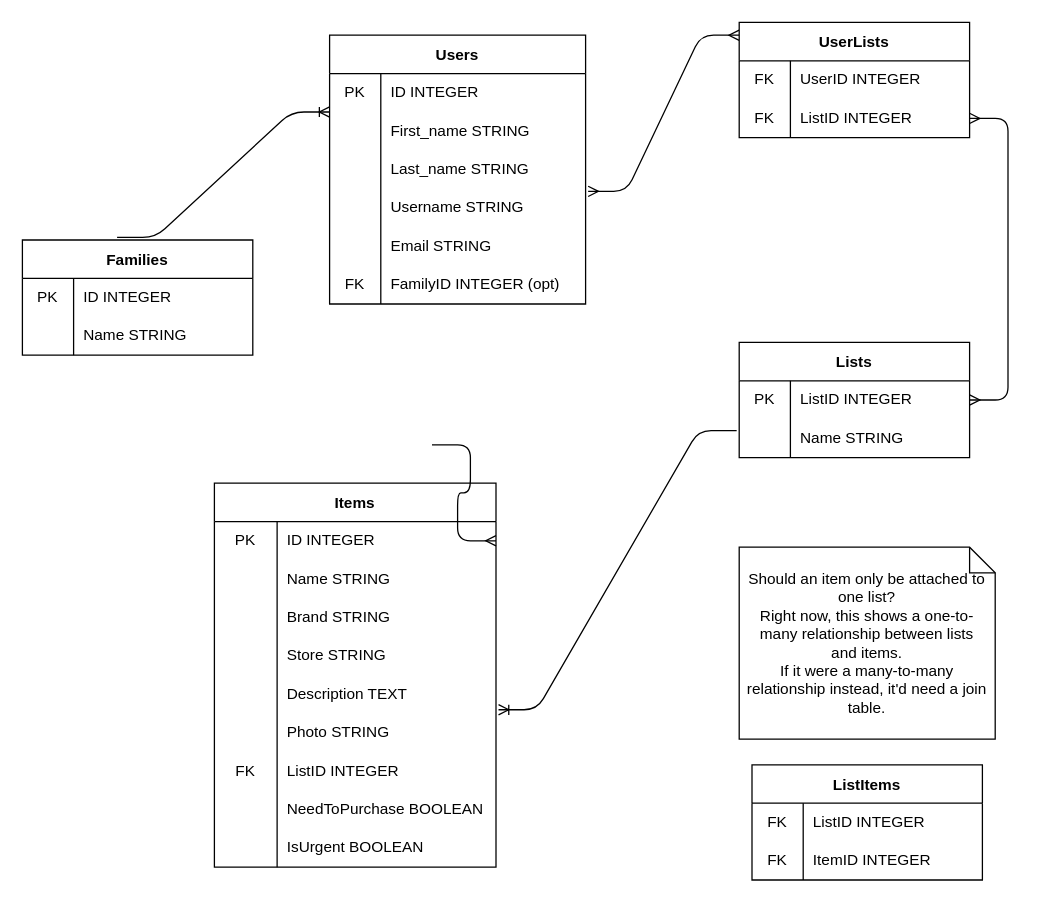
Above: Back-End/notes-for-personal-fullstack-project.drawio in lucilejones/fullstack-knowledge-base (draw.io), before the change. Source tidied: cells renumbered, new cells numbered last; positions are measured from the earlier drawing's top-left corner, leaving out a move shared by most shapes. Both pictures are drawn from the tidied source at 128%, with x=0, y=0 at pixel (22, 22).
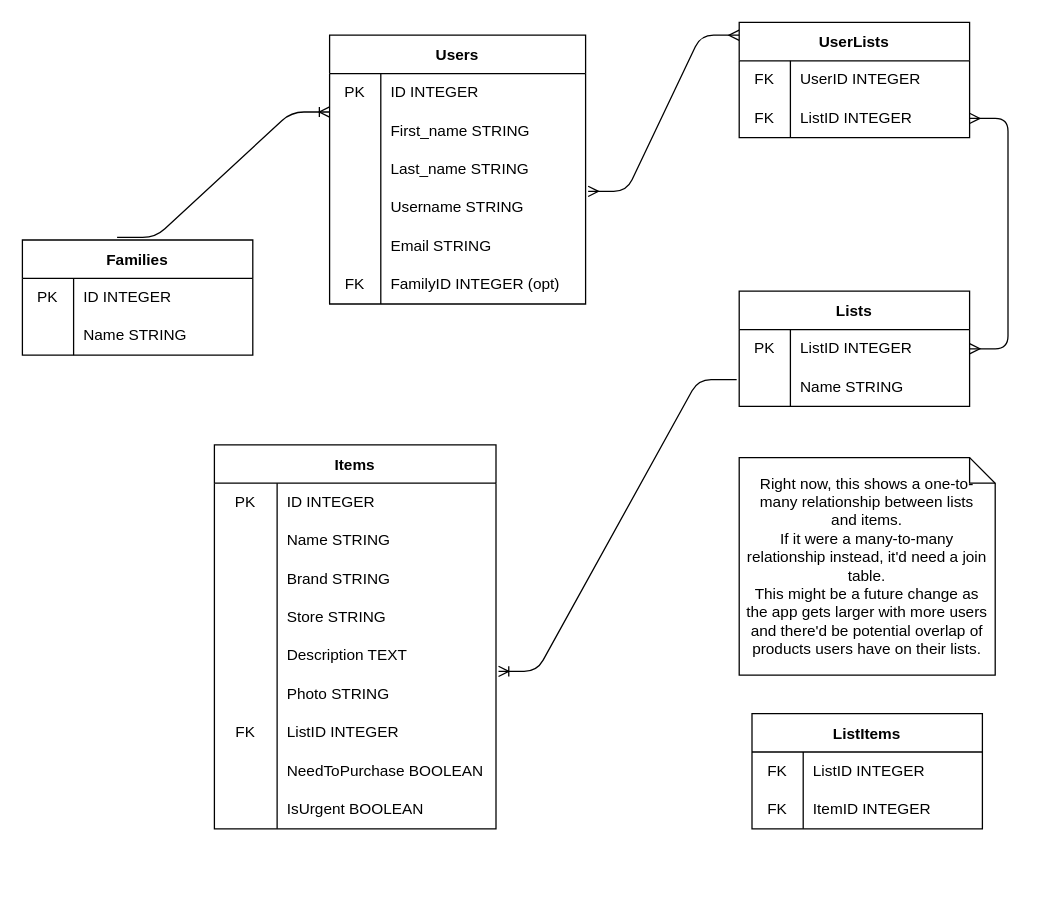
After the change.

Commit message (it also covers changes not shown here):
added notes for posts controller tests

Unchanged cells that the change refers to:
```xml
<mxCell id="22" style="shape=tableRow;horizontal=0;startSize=0;swimlaneHead=0;swimlaneBody=0;top=0;left=0;bottom=0;right=0;fillColor=none;points=[[0,0.5],[1,0.5]];portConstraint=eastwest;" parent="21" vertex="1">
  <mxGeometry y="30" width="220" height="30" as="geometry" />
</mxCell>
<mxCell id="50" value="Families" style="shape=table;startSize=30;childLayout=tableLayout;rowLines=0;fontStyle=1;" parent="1" vertex="1">
  <mxGeometry y="170" width="180" height="90" as="geometry" />
</mxCell>
```

The edit, as a diff of the source:
```diff
@@
     <mxCell id="21" value="Items" style="shape=table;startSize=30;childLayout=tableLayout;rowLines=0;fontStyle=1;" parent="1" vertex="1">
-      <mxGeometry x="150" y="360" width="220" height="300" as="geometry" />
+      <mxGeometry x="150" y="330" width="220" height="300" as="geometry" />
     </mxCell>
@@
-    <mxCell id="49" style="edgeStyle=entityRelationEdgeStyle;fontSize=12;html=1;endArrow=ERmany;exitX=0.633;exitY=1.033;exitDx=0;exitDy=0;entryX=1;entryY=0.5;entryDx=0;entryDy=0;exitPerimeter=0;" parent="1" edge="1" target="22">
-      <mxGeometry relative="1" as="geometry">
-        <mxPoint x="320" y="330" as="sourcePoint" />
-      </mxGeometry>
-    </mxCell>
@@
-    <mxCell id="54" style="shape=tableRow;horizontal=0;startSize=0;swimlaneHead=0;swimlaneBody=0;top=0;left=0;bottom=0;right=0;fillColor=none;" parent="50" vertex="1">
+    <mxCell id="54" style="shape=tableRow;horizontal=0;startSize=0;swimlaneHead=0;swimlaneBody=0;top=0;left=0;bottom=0;right=0;fillColor=none;swimlaneLine=1;swimlaneFillColor=none;fillStyle=auto;" parent="50" vertex="1">
       <mxGeometry y="60" width="180" height="30" as="geometry" />
     </mxCell>
@@
     <mxCell id="57" value="Lists" style="shape=table;startSize=30;childLayout=tableLayout;rowLines=0;fontStyle=1;" parent="1" vertex="1">
-      <mxGeometry x="560" y="250" width="180" height="90" as="geometry" />
+      <mxGeometry x="560" y="210" width="180" height="90" as="geometry" />
     </mxCell>
@@
-    <mxCell id="74" value="Should an item only be attached to one list?&lt;br&gt;Right now, this shows a one-to-many relationship between lists and items.&lt;br&gt;If it were a many-to-many relationship instead, it'd need a join table." style="shape=note;size=20;whiteSpace=wrap;html=1;align=center;verticalAlign=middle;spacing=6;" parent="1" vertex="1">
-      <mxGeometry x="560" y="410" width="200" height="150" as="geometry" />
+    <mxCell id="74" value="Right now, this shows a one-to-many relationship between lists and items.&lt;br&gt;If it were a many-to-many relationship instead, it'd need a join table.&lt;br&gt;This might be a future change as the app gets larger with more users and there'd be potential overlap of products users have on their lists." style="shape=note;size=20;whiteSpace=wrap;html=1;align=center;verticalAlign=middle;spacing=6;" parent="1" vertex="1">
+      <mxGeometry x="560" y="340" width="200" height="170" as="geometry" />
     </mxCell>
     <mxCell id="75" value="ListItems" style="shape=table;startSize=30;childLayout=tableLayout;rowLines=0;fontStyle=1;" parent="1" vertex="1">
-      <mxGeometry x="570" y="580" width="180" height="90" as="geometry" />
+      <mxGeometry x="570" y="540" width="180" height="90" as="geometry" />
     </mxCell>
```
